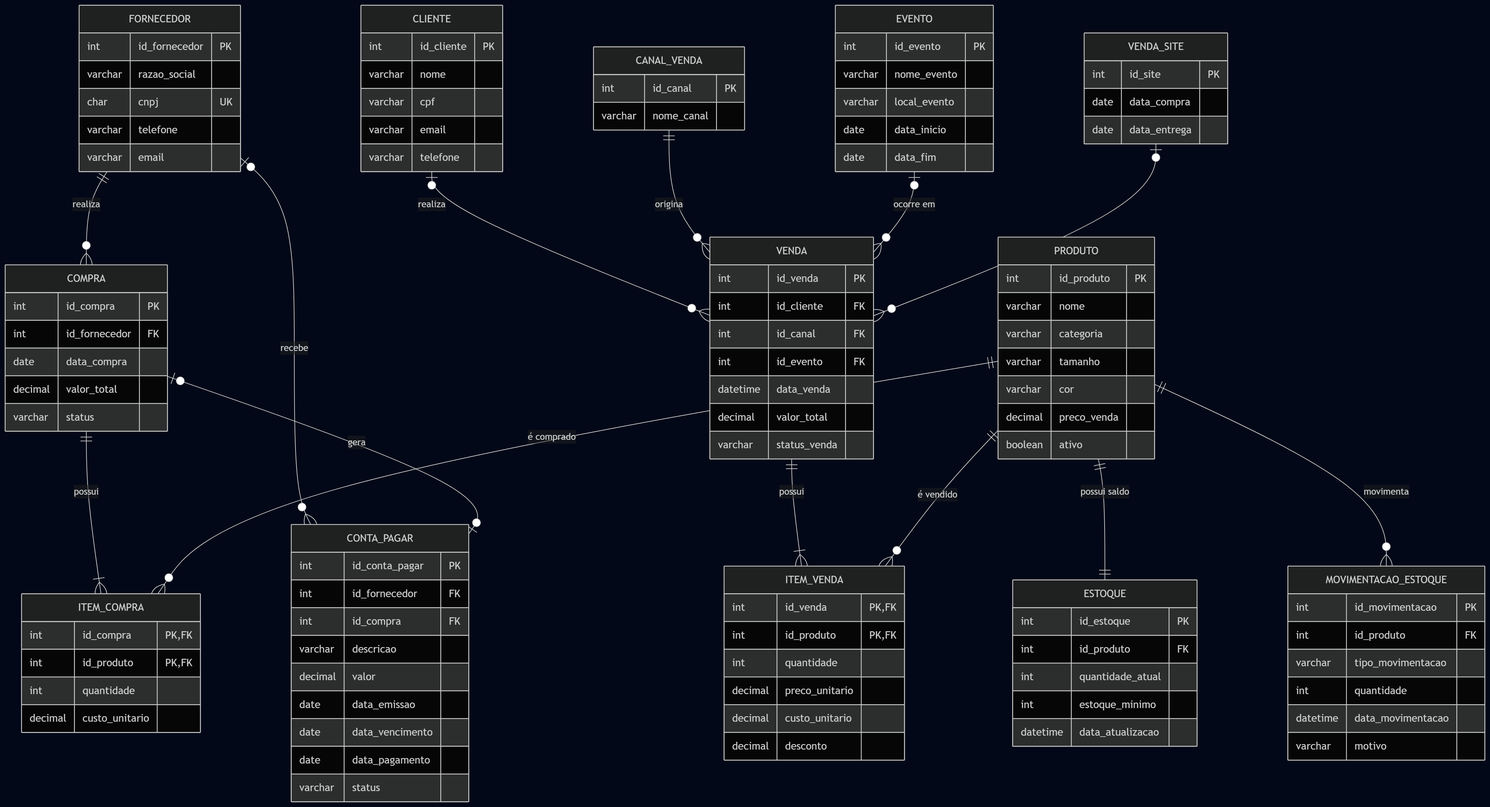
Before: DER/der.png, a diagram exported from Mermaid (Larycronx/Der_Banco_De_Dados). Its source is kept beside it as DER/der.mmd.
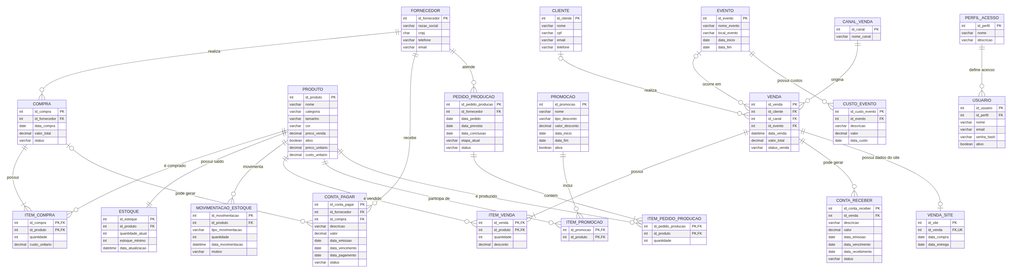
Above is the later version.

The edit, as a diff of the source:
```diff
@@ -9,9 +9,18 @@
     EVENTO o|--o{ VENDA : "ocorre em"
     VENDA ||--|{ ITEM_VENDA : "possui"
     PRODUTO ||--o{ ITEM_VENDA : "é vendido"
-    FORNECEDOR o|--o{ CONTA_PAGAR : "recebe"
-    COMPRA o|--o| CONTA_PAGAR : "gera"
-    VENDA_SITE o|--o{ VENDA : "faz"
+    FORNECEDOR ||--o{ CONTA_PAGAR : "recebe"
+    COMPRA o|--o{ CONTA_PAGAR : "pode gerar"
+    VENDA ||--o{ CONTA_RECEBER : "pode gerar"
+    VENDA ||--o| VENDA_SITE : "possui dados do site"
+    EVENTO ||--o{ CUSTO_EVENTO : "possui custos"
+    PROMOCAO ||--o{ ITEM_PROMOCAO : "inclui"
+    PRODUTO ||--o{ ITEM_PROMOCAO : "participa de"
+    FORNECEDOR ||--o{ PEDIDO_PRODUCAO : "atende"
+    PEDIDO_PRODUCAO ||--|{ ITEM_PEDIDO_PRODUCAO : "contém"
+    PRODUTO ||--o{ ITEM_PEDIDO_PRODUCAO : "é produzido"
+    PERFIL_ACESSO ||--o{ USUARIO : "define acesso"
+
     PRODUTO {
         int id_produto PK
         varchar nome
@@ -20,7 +29,7 @@
         varchar cor
         decimal preco_venda
         boolean ativo
-       decimal preco_unitario
+        decimal preco_unitario
         decimal custo_unitario
     }
 
@@ -79,7 +88,7 @@
 
     VENDA_SITE {
         int id_site PK
-        int id_venda FK
+        int id_venda FK, UK
         date data_compra
         date data_entrega
     }
@@ -120,3 +129,68 @@
         date data_pagamento
         varchar status
     }
+
+    CONTA_RECEBER {
+        int id_conta_receber PK
+        int id_venda FK
+        varchar descricao
+        decimal valor
+        date data_emissao
+        date data_vencimento
+        date data_recebimento
+        varchar status
+    }
+
+    PEDIDO_PRODUCAO {
+        int id_pedido_producao PK
+        int id_fornecedor FK
+        date data_pedido
+        date data_prevista
+        date data_conclusao
+        varchar etapa_atual
+        varchar status
+    }
+
+    ITEM_PEDIDO_PRODUCAO {
+        int id_pedido_producao PK, FK
+        int id_produto PK, FK
+        int quantidade
+    }
+
+    CUSTO_EVENTO {
+        int id_custo_evento PK
+        int id_evento FK
+        varchar descricao
+        decimal valor
+        date data_custo
+    }
+
+    PROMOCAO {
+        int id_promocao PK
+        varchar nome
+        varchar tipo_desconto
+        decimal valor_desconto
+        date data_inicio
+        date data_fim
+        boolean ativa
+    }
+
+    ITEM_PROMOCAO {
+        int id_promocao PK, FK
+        int id_produto PK, FK
+    }
+
+    PERFIL_ACESSO {
+        int id_perfil PK
+        varchar nome
+        varchar descricao
+    }
+
+    USUARIO {
+        int id_usuario PK
+        int id_perfil FK
+        varchar nome
+        varchar email
+        varchar senha_hash
+        boolean ativo
+    }
```
